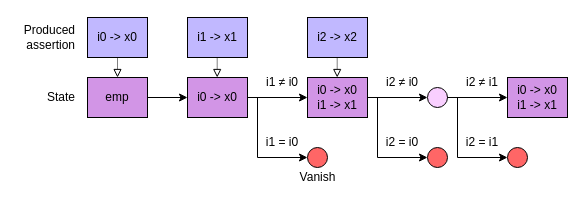
N1ark/msc-report keeps this draw.io diagram as diagrams/pmap-produce-cells.drawio. Above is the earlier version. Source tidied: cells renumbered, new cells numbered last; positions are measured from the earlier drawing's top-left corner, leaving out a move shared by most shapes. Both pictures are drawn from the tidied source at 100%, with x=0, y=0 at pixel (17, 17).
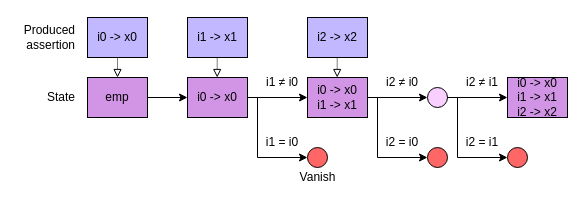
The same page after the edit.

The edit, as a diff of the source:
```diff
@@
-    <mxCell id="21" value="&lt;font&gt;i0 -&amp;gt; x0&lt;br&gt;i1 -&amp;gt; x1&lt;br&gt;&lt;/font&gt;" style="rounded=0;whiteSpace=wrap;html=1;fillColor=#D295E6;fontFamily=Inconsolata;" parent="1" vertex="1">
+    <mxCell id="21" value="&lt;font&gt;i0 -&amp;gt; x0&lt;br&gt;i1 -&amp;gt; x1&lt;br&gt;i2 -&amp;gt; x2&lt;br&gt;&lt;/font&gt;" style="rounded=0;whiteSpace=wrap;html=1;fillColor=#D295E6;fontFamily=Inconsolata;" parent="1" vertex="1">
       <mxGeometry x="490" y="60" width="60" height="40" as="geometry" />
     </mxCell>
```
